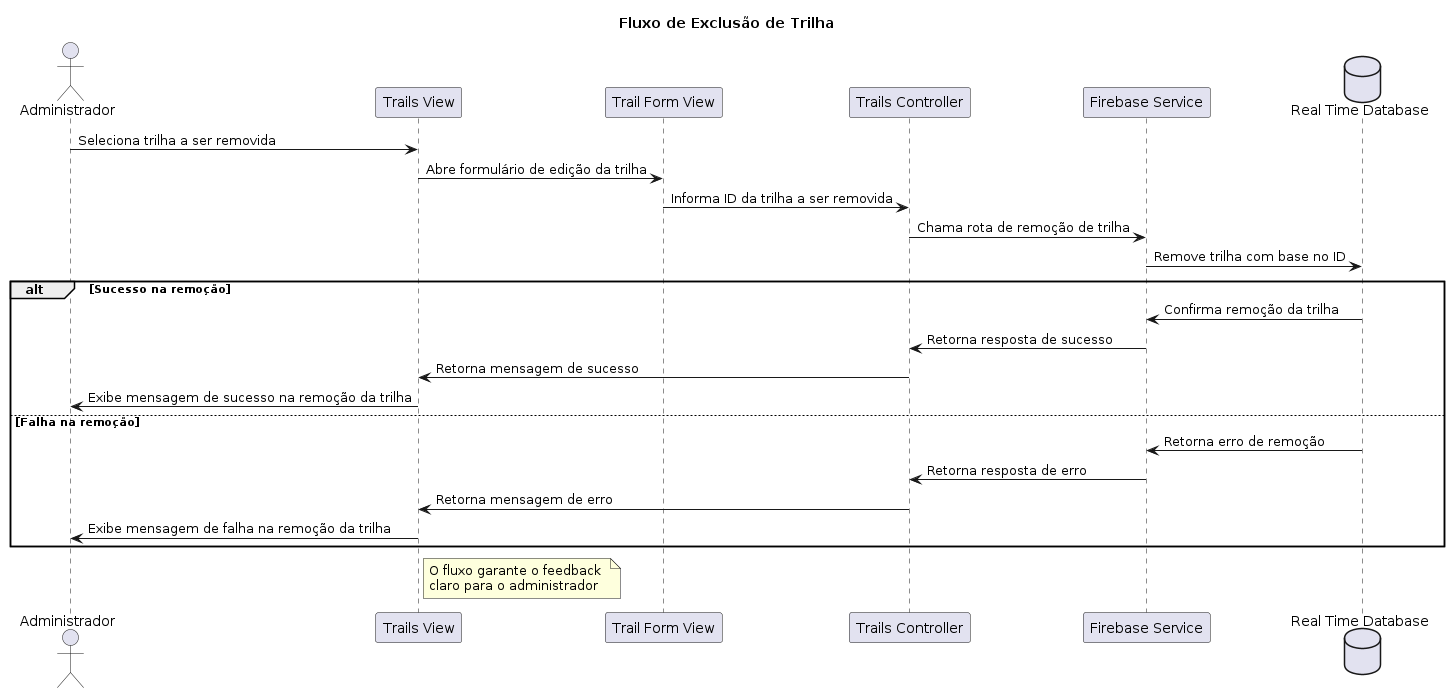
tiagors09/pe_na_pedra keeps this PlantUML diagram as docs/diagrams/out/sequence_diagrams/pe_na_pedra_sequence_diagram_3.png. Above is the earlier version.
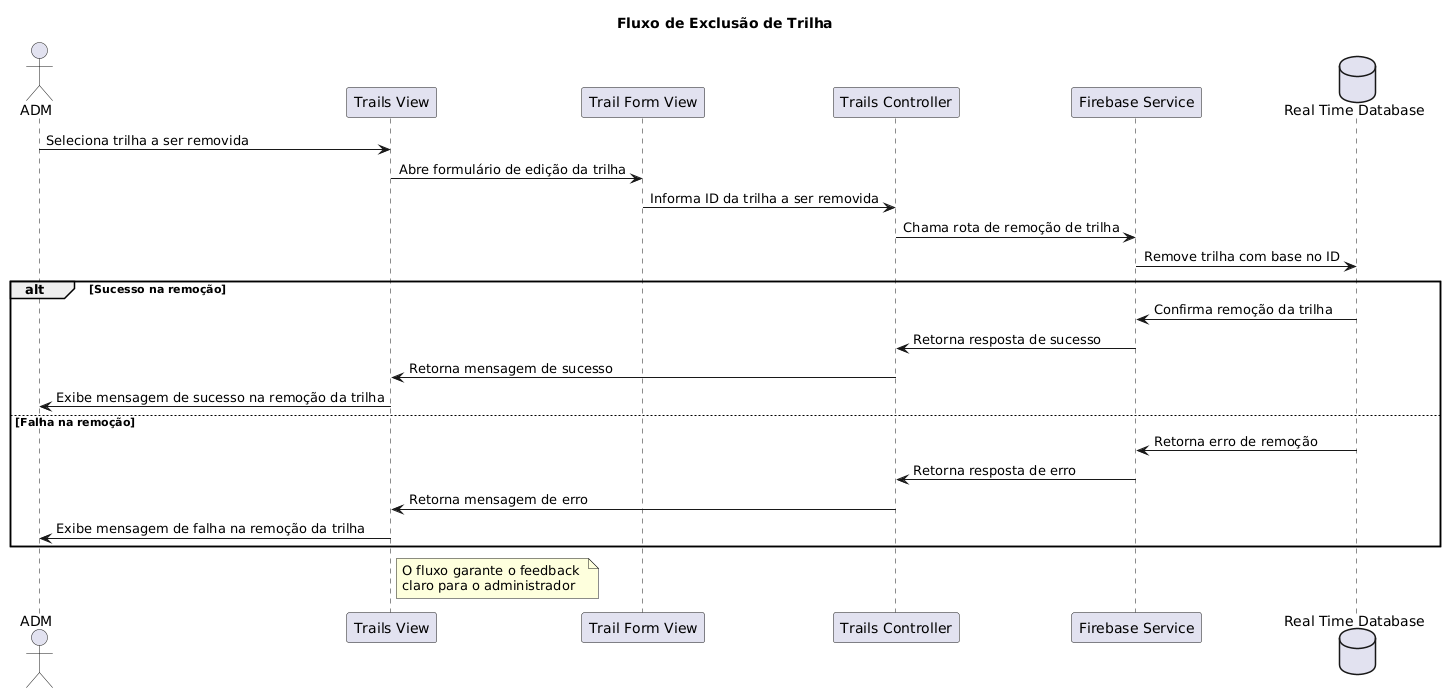
The same diagram one commit later.

The edit, as a diff of the source:
```diff
@@ -1,8 +1,7 @@
-@startuml pe_na_pedra_sequence_diagram_3
-
+@startuml
 title Fluxo de Exclusão de Trilha
 
-actor Administrador as adm
+actor ADM as adm
 
 participant "Trails View" as trailsView
 participant "Trail Form View" as trailFormView
@@ -32,5 +31,4 @@
   O fluxo garante o feedback
   claro para o administrador
 end note
-
 @enduml
```
